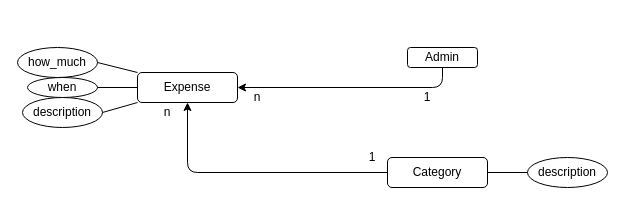
The draw.io diagram Spending.drawio in dsnunes07/spending-control, before the edit. Source tidied: cells renumbered, new cells numbered last; positions are measured from the earlier drawing's top-left corner, leaving out a move shared by most shapes. Both pictures are drawn from the tidied source at 100%, with x=0, y=0 at pixel (17, 47).
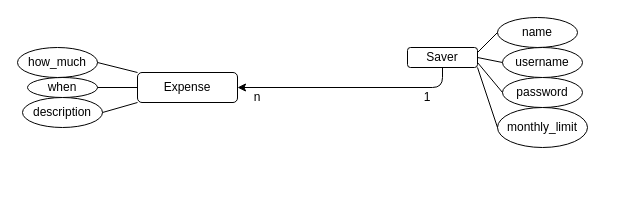
The same page after the edit.

The change refers to these unchanged cells:
```xml
<mxCell id="2" value="Expense" style="rounded=1;whiteSpace=wrap;html=1;" parent="1" vertex="1">
  <mxGeometry x="120" y="25" width="100" height="30" as="geometry" />
</mxCell>
```

What changed in the source:
```diff
@@
-    <mxCell id="3" value="Category" style="rounded=1;whiteSpace=wrap;html=1;" parent="1" vertex="1">
-      <mxGeometry x="370" y="110" width="100" height="30" as="geometry" />
-    </mxCell>
@@
-    <mxCell id="10" style="endArrow=classic;html=1;exitX=0;exitY=0.5;exitDx=0;exitDy=0;entryX=0.5;entryY=1;entryDx=0;entryDy=0;" parent="1" edge="1" source="3" target="2">
-      <mxGeometry relative="1" as="geometry">
-        <Array as="points">
-          <mxPoint x="170" y="125" />
-        </Array>
-      </mxGeometry>
-    </mxCell>
-    <mxCell id="11" value="description" style="ellipse;whiteSpace=wrap;html=1;" parent="1" vertex="1">
-      <mxGeometry x="510" y="110" width="80" height="30" as="geometry" />
-    </mxCell>
-    <mxCell id="12" style="endArrow=none;html=1;entryX=0;entryY=0.5;entryDx=0;entryDy=0;exitX=1;exitY=0.5;exitDx=0;exitDy=0;" parent="1" edge="1" source="3" target="11">
-      <mxGeometry relative="1" as="geometry" />
-    </mxCell>
-    <mxCell id="13" value="Admin" style="rounded=1;whiteSpace=wrap;html=1;" parent="1" vertex="1">
+    <mxCell id="13" value="Saver" style="rounded=1;whiteSpace=wrap;html=1;" parent="1" vertex="1">
       <mxGeometry x="390" width="70" height="20" as="geometry" />
     </mxCell>
@@
-    <mxCell id="17" value="1" style="text;html=1;strokeColor=none;fillColor=none;align=center;verticalAlign=middle;whiteSpace=wrap;rounded=0;" parent="1" vertex="1">
-      <mxGeometry x="335" y="100" width="40" height="20" as="geometry" />
-    </mxCell>
-    <mxCell id="18" value="n" style="text;html=1;strokeColor=none;fillColor=none;align=center;verticalAlign=middle;whiteSpace=wrap;rounded=0;" parent="1" vertex="1">
-      <mxGeometry x="130" y="55" width="40" height="20" as="geometry" />
-    </mxCell>
+    <mxCell id="19" value="name" style="ellipse;whiteSpace=wrap;html=1;" parent="1" vertex="1">
+      <mxGeometry x="480" y="-30" width="80" height="30" as="geometry" />
+    </mxCell>
+    <mxCell id="20" value="&lt;div&gt;monthly_limit&lt;/div&gt;" style="ellipse;whiteSpace=wrap;html=1;" parent="1" vertex="1">
+      <mxGeometry x="480" y="60" width="90" height="40" as="geometry" />
+    </mxCell>
+    <mxCell id="21" value="username" style="ellipse;whiteSpace=wrap;html=1;" parent="1" vertex="1">
+      <mxGeometry x="485" width="80" height="30" as="geometry" />
+    </mxCell>
+    <mxCell id="22" value="password" style="ellipse;whiteSpace=wrap;html=1;" parent="1" vertex="1">
+      <mxGeometry x="485" y="30" width="80" height="30" as="geometry" />
+    </mxCell>
+    <mxCell id="23" style="endArrow=none;html=1;exitX=1;exitY=0.25;exitDx=0;exitDy=0;entryX=0;entryY=0.5;entryDx=0;entryDy=0;" parent="1" edge="1" source="13" target="19">
+      <mxGeometry relative="1" as="geometry" />
+    </mxCell>
+    <mxCell id="24" style="endArrow=none;html=1;entryX=0;entryY=0.5;entryDx=0;entryDy=0;exitX=1;exitY=0.5;exitDx=0;exitDy=0;" parent="1" edge="1" source="13" target="21">
+      <mxGeometry relative="1" as="geometry" />
+    </mxCell>
+    <mxCell id="25" style="endArrow=none;html=1;entryX=0;entryY=0.5;entryDx=0;entryDy=0;exitX=1;exitY=0.75;exitDx=0;exitDy=0;" parent="1" edge="1" source="13" target="22">
+      <mxGeometry relative="1" as="geometry" />
+    </mxCell>
+    <mxCell id="26" style="endArrow=none;html=1;entryX=0;entryY=0.5;entryDx=0;entryDy=0;exitX=1;exitY=1;exitDx=0;exitDy=0;" parent="1" edge="1" source="13" target="20">
+      <mxGeometry relative="1" as="geometry" />
+    </mxCell>
```
